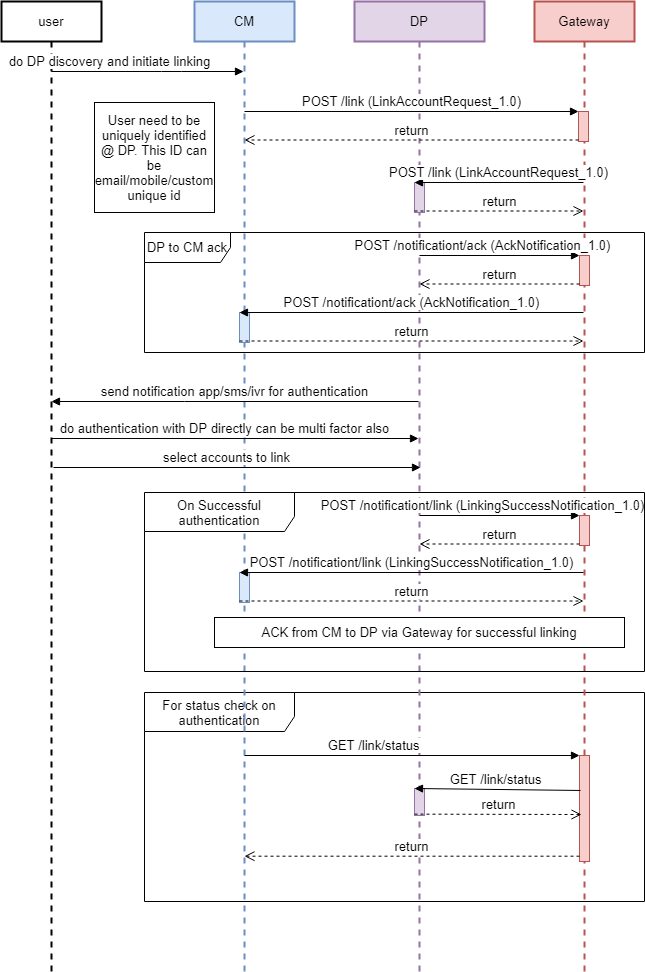
iSPIRT/DEPA keeps this draw.io diagram as seqDiagram/accountLinking-CMSide.png. Above is the earlier version. Source tidied: cells renumbered, new cells last; positions are measured from the earlier drawing's top-left corner, leaving out a move shared by most shapes.
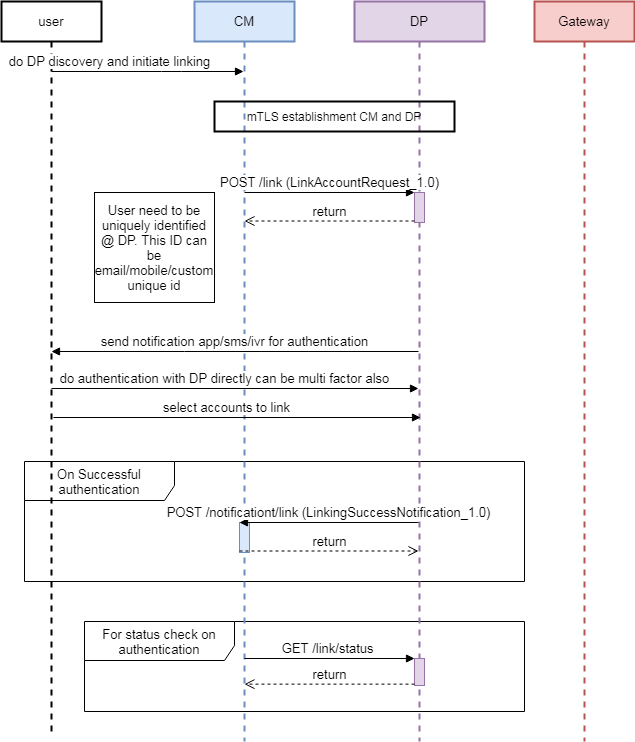
The same diagram one commit later.

Change to the diagram source:
```diff
@@ -3,16 +3,16 @@
     <mxCell id="0" />
     <mxCell id="1" parent="0" />
     <mxCell id="2" value="For status check on authentication" style="shape=umlFrame;whiteSpace=wrap;html=1;width=150;height=39;fontSize=13;" parent="1" vertex="1">
-      <mxGeometry x="143" y="691" width="500" height="209" as="geometry" />
+      <mxGeometry x="83" y="620" width="440" height="90" as="geometry" />
     </mxCell>
-    <mxCell id="3" value="DP to CM ack" style="shape=umlFrame;whiteSpace=wrap;html=1;width=86;height=30;fontSize=13;" parent="1" vertex="1">
-      <mxGeometry x="143" y="231" width="500" height="120" as="geometry" />
-    </mxCell>
+    <mxCell id="25" value="On Successful authentication" style="shape=umlFrame;whiteSpace=wrap;html=1;width=150;height=39;fontSize=13;" parent="1" vertex="1">
+      <mxGeometry x="23" y="460" width="500" height="120" as="geometry" />
+    </mxCell>
     <mxCell id="4" value="user" style="shape=umlLifeline;perimeter=lifelinePerimeter;whiteSpace=wrap;html=1;outlineConnect=0;strokeWidth=2;fontSize=13;" parent="1" vertex="1">
-      <mxGeometry width="100" height="970" as="geometry" />
+      <mxGeometry width="100" height="730" as="geometry" />
     </mxCell>
     <mxCell id="5" value="CM" style="shape=umlLifeline;perimeter=lifelinePerimeter;whiteSpace=wrap;html=1;outlineConnect=0;fillColor=#dae8fc;strokeColor=#6c8ebf;strokeWidth=2;fontSize=13;" parent="1" vertex="1">
-      <mxGeometry x="193" width="100" height="970" as="geometry" />
+      <mxGeometry x="193" width="100" height="740" as="geometry" />
     </mxCell>
     <mxCell id="6" value="do DP discovery and initiate linking" style="html=1;verticalAlign=bottom;endArrow=block;fontSize=13;" parent="1" edge="1" source="4" target="5">
       <mxGeometry x="-0.4" relative="1" as="geometry">
@@ -22,138 +22,88 @@
       </mxGeometry>
     </mxCell>
     <mxCell id="7" value="DP" style="shape=umlLifeline;perimeter=lifelinePerimeter;whiteSpace=wrap;html=1;outlineConnect=0;fillColor=#e1d5e7;strokeColor=#9673a6;strokeWidth=2;fontSize=13;" parent="1" vertex="1">
-      <mxGeometry x="353" width="130" height="970" as="geometry" />
+      <mxGeometry x="353" width="130" height="740" as="geometry" />
     </mxCell>
     <mxCell id="8" value="Gateway" style="shape=umlLifeline;perimeter=lifelinePerimeter;whiteSpace=wrap;html=1;outlineConnect=0;fillColor=#f8cecc;strokeColor=#b85450;strokeWidth=2;fontSize=13;" parent="1" vertex="1">
-      <mxGeometry x="533" width="100" height="970" as="geometry" />
+      <mxGeometry x="533" width="100" height="740" as="geometry" />
     </mxCell>
-    <mxCell id="9" value="send notification app/sms/ivr for authentication" style="html=1;verticalAlign=bottom;endArrow=block;rounded=0;fontSize=13;" parent="1" edge="1" source="7" target="4">
+    <mxCell id="9" value="send notification app/sms/ivr for authentication" style="html=1;verticalAlign=bottom;endArrow=block;rounded=0;fontSize=13;" parent="1" edge="1">
       <mxGeometry relative="1" as="geometry">
+        <mxPoint x="417" y="350" as="sourcePoint" />
+        <mxPoint x="50" y="350" as="targetPoint" />
         <Array as="points">
-          <mxPoint x="183" y="400" />
+          <mxPoint x="183" y="350" />
         </Array>
       </mxGeometry>
     </mxCell>
     <mxCell id="10" value="do authentication with DP directly can be multi factor also" style="html=1;verticalAlign=bottom;endArrow=block;rounded=0;fontSize=13;" parent="1" edge="1">
       <mxGeometry x="-0.06" relative="1" as="geometry">
-        <mxPoint x="50" y="437" as="sourcePoint" />
-        <mxPoint x="417" y="437" as="targetPoint" />
+        <mxPoint x="50" y="387" as="sourcePoint" />
+        <mxPoint x="417" y="387" as="targetPoint" />
         <Array as="points">
-          <mxPoint x="247.5" y="437" />
+          <mxPoint x="247.5" y="387" />
         </Array>
       </mxGeometry>
     </mxCell>
     <mxCell id="11" value="User need to be uniquely identified @ DP. This ID can be email/mobile/custom unique id" style="text;html=1;fillColor=none;align=center;verticalAlign=middle;whiteSpace=wrap;rounded=0;fontSize=13;strokeColor=#000000;" parent="1" vertex="1">
-      <mxGeometry x="93" y="101" width="120" height="110" as="geometry" />
+      <mxGeometry x="93" y="191" width="120" height="110" as="geometry" />
     </mxCell>
-    <mxCell id="12" style="edgeStyle=none;rounded=0;orthogonalLoop=1;jettySize=auto;html=1;exitX=0.5;exitY=1;exitDx=0;exitDy=0;fontSize=13;" parent="1" edge="1">
-      <mxGeometry relative="1" as="geometry">
-        <mxPoint x="503" y="540" as="sourcePoint" />
-        <mxPoint x="503" y="540" as="targetPoint" />
-      </mxGeometry>
-    </mxCell>
     <mxCell id="13" style="html=1;points=[];perimeter=orthogonalPerimeter;fillColor=#e1d5e7;strokeColor=#9673a6;fontSize=13;" parent="1" vertex="1">
-      <mxGeometry x="413" y="181" width="10" height="30" as="geometry" />
+      <mxGeometry x="413" y="191" width="10" height="30" as="geometry" />
     </mxCell>
-    <mxCell id="14" style="html=1;points=[];perimeter=orthogonalPerimeter;fillColor=#f8cecc;strokeColor=#b85450;fontSize=13;" parent="1" vertex="1">
-      <mxGeometry x="577" y="110" width="10" height="30" as="geometry" />
-    </mxCell>
-    <mxCell id="15" style="html=1;points=[];perimeter=orthogonalPerimeter;fillColor=#f8cecc;strokeColor=#b85450;fontSize=13;" parent="1" vertex="1">
-      <mxGeometry x="578" y="254" width="10" height="30" as="geometry" />
-    </mxCell>
-    <mxCell id="16" style="html=1;points=[];perimeter=orthogonalPerimeter;fillColor=#dae8fc;strokeColor=#6c8ebf;fontSize=13;" parent="1" vertex="1">
-      <mxGeometry x="238" y="311" width="10" height="30" as="geometry" />
-    </mxCell>
-    <mxCell id="17" value="&lt;span style=&quot;font-size: 13px&quot;&gt;POST /link (LinkAccountRequest_1.0)&lt;/span&gt;" style="html=1;verticalAlign=bottom;endArrow=block;entryX=0;entryY=0;fontSize=13;" parent="1" edge="1" source="5" target="14">
-      <mxGeometry relative="1" as="geometry" />
-    </mxCell>
-    <mxCell id="18" value="return" style="html=1;verticalAlign=bottom;endArrow=open;dashed=1;endSize=8;exitX=0;exitY=0.95;fontSize=13;" parent="1" edge="1" source="14" target="5">
-      <mxGeometry relative="1" as="geometry" />
-    </mxCell>
-    <mxCell id="19" value="POST /link (LinkAccountRequest_1.0)&lt;span style=&quot;font-size: 13px&quot;&gt;&lt;br style=&quot;font-size: 13px&quot;&gt;&lt;/span&gt;" style="html=1;verticalAlign=bottom;endArrow=block;entryX=0;entryY=0;fontSize=13;" parent="1" edge="1" source="8" target="13">
-      <mxGeometry relative="1" as="geometry" />
+    <mxCell id="19" value="POST /link (LinkAccountRequest_1.0)&lt;span style=&quot;font-size: 13px&quot;&gt;&lt;br style=&quot;font-size: 13px&quot;&gt;&lt;/span&gt;" style="html=1;verticalAlign=bottom;endArrow=block;entryX=0;entryY=0;fontSize=13;" parent="1" edge="1" target="13">
+      <mxGeometry relative="1" as="geometry">
+        <mxPoint x="243" y="191" as="sourcePoint" />
+      </mxGeometry>
     </mxCell>
-    <mxCell id="20" value="return" style="html=1;verticalAlign=bottom;endArrow=open;dashed=1;endSize=8;exitX=0;exitY=0.95;fontSize=13;" parent="1" edge="1" source="13" target="8">
-      <mxGeometry relative="1" as="geometry" />
+    <mxCell id="20" value="return" style="html=1;verticalAlign=bottom;endArrow=open;dashed=1;endSize=8;exitX=0;exitY=0.95;fontSize=13;" parent="1" edge="1" source="13">
+      <mxGeometry relative="1" as="geometry">
+        <mxPoint x="243" y="219.5" as="targetPoint" />
+      </mxGeometry>
     </mxCell>
-    <mxCell id="21" value="&lt;span style=&quot;font-size: 13px;&quot;&gt;POST /notificationt/ack (AckNotification_1.0)&lt;/span&gt;" style="html=1;verticalAlign=bottom;endArrow=block;entryX=0;entryY=0;fontSize=13;" parent="1" edge="1" source="8" target="16">
-      <mxGeometry relative="1" as="geometry" />
-    </mxCell>
-    <mxCell id="22" value="return" style="html=1;verticalAlign=bottom;endArrow=open;dashed=1;endSize=8;exitX=0;exitY=0.95;fontSize=13;" parent="1" edge="1" source="16" target="8">
-      <mxGeometry relative="1" as="geometry" />
-    </mxCell>
-    <mxCell id="23" value="&lt;span style=&quot;font-size: 13px;&quot;&gt;POST /notificationt/ack (AckNotification_1.0)&lt;/span&gt;" style="html=1;verticalAlign=bottom;endArrow=block;entryX=0;entryY=0;fontSize=13;" parent="1" edge="1" source="7" target="15">
-      <mxGeometry x="-0.22" relative="1" as="geometry" />
-    </mxCell>
-    <mxCell id="24" value="return" style="html=1;verticalAlign=bottom;endArrow=open;dashed=1;endSize=8;exitX=0;exitY=0.95;fontSize=13;" parent="1" edge="1" source="15" target="7">
-      <mxGeometry relative="1" as="geometry" />
-    </mxCell>
-    <mxCell id="25" value="On Successful authentication" style="shape=umlFrame;whiteSpace=wrap;html=1;width=150;height=39;fontSize=13;" parent="1" vertex="1">
-      <mxGeometry x="143" y="491" width="500" height="179" as="geometry" />
-    </mxCell>
-    <mxCell id="26" style="html=1;points=[];perimeter=orthogonalPerimeter;fillColor=#f8cecc;strokeColor=#b85450;fontSize=13;" parent="1" vertex="1">
-      <mxGeometry x="578" y="514" width="10" height="30" as="geometry" />
-    </mxCell>
     <mxCell id="27" style="html=1;points=[];perimeter=orthogonalPerimeter;fillColor=#dae8fc;strokeColor=#6c8ebf;fontSize=13;" parent="1" vertex="1">
-      <mxGeometry x="238" y="571" width="10" height="30" as="geometry" />
+      <mxGeometry x="238" y="521" width="10" height="30" as="geometry" />
     </mxCell>
     <mxCell id="28" value="&lt;span style=&quot;font-size: 13px&quot;&gt;POST /notificationt/link (LinkingSuccessNotification_1.0)&lt;/span&gt;" style="html=1;verticalAlign=bottom;endArrow=block;entryX=0;entryY=0;fontSize=13;" parent="1" edge="1" target="27">
       <mxGeometry relative="1" as="geometry">
-        <mxPoint x="582" y="571" as="sourcePoint" />
+        <mxPoint x="417" y="521" as="sourcePoint" />
       </mxGeometry>
     </mxCell>
     <mxCell id="29" value="return" style="html=1;verticalAlign=bottom;endArrow=open;dashed=1;endSize=8;exitX=0;exitY=0.95;fontSize=13;" parent="1" edge="1" source="27">
       <mxGeometry relative="1" as="geometry">
-        <mxPoint x="582" y="599.5" as="targetPoint" />
+        <mxPoint x="417" y="549.5" as="targetPoint" />
       </mxGeometry>
     </mxCell>
-    <mxCell id="30" value="&lt;span style=&quot;font-size: 13px&quot;&gt;POST /notificationt/link (LinkingSuccessNotification_1.0)&lt;/span&gt;" style="html=1;verticalAlign=bottom;endArrow=block;entryX=0;entryY=0;fontSize=13;" parent="1" edge="1" target="26">
-      <mxGeometry x="-0.22" relative="1" as="geometry">
-        <mxPoint x="418" y="514" as="sourcePoint" />
-      </mxGeometry>
-    </mxCell>
-    <mxCell id="31" value="return" style="html=1;verticalAlign=bottom;endArrow=open;dashed=1;endSize=8;exitX=0;exitY=0.95;fontSize=13;" parent="1" edge="1" source="26">
-      <mxGeometry relative="1" as="geometry">
-        <mxPoint x="418" y="542.5" as="targetPoint" />
-      </mxGeometry>
-    </mxCell>
-    <mxCell id="32" value="ACK from CM to DP via Gateway for successful linking" style="rounded=0;whiteSpace=wrap;html=1;fontSize=13;strokeColor=#000000;" parent="1" vertex="1">
-      <mxGeometry x="213" y="616" width="410" height="30" as="geometry" />
-    </mxCell>
     <mxCell id="33" style="edgeStyle=none;rounded=0;orthogonalLoop=1;jettySize=auto;html=1;exitX=0.5;exitY=1;exitDx=0;exitDy=0;fontSize=13;" parent="1" edge="1">
       <mxGeometry relative="1" as="geometry">
-        <mxPoint x="503" y="780" as="sourcePoint" />
-        <mxPoint x="503" y="780" as="targetPoint" />
+        <mxPoint x="503" y="650" as="sourcePoint" />
+        <mxPoint x="503" y="650" as="targetPoint" />
       </mxGeometry>
     </mxCell>
-    <mxCell id="34" style="html=1;points=[];perimeter=orthogonalPerimeter;fillColor=#f8cecc;strokeColor=#b85450;fontSize=13;" parent="1" vertex="1">
-      <mxGeometry x="578" y="754" width="10" height="106" as="geometry" />
-    </mxCell>
     <mxCell id="35" style="html=1;points=[];perimeter=orthogonalPerimeter;fillColor=#e1d5e7;strokeColor=#9673a6;fontSize=13;" parent="1" vertex="1">
-      <mxGeometry x="413" y="787" width="10" height="27" as="geometry" />
+      <mxGeometry x="413" y="657" width="10" height="27" as="geometry" />
     </mxCell>
-    <mxCell id="36" value="GET /link/status&amp;nbsp;" style="html=1;verticalAlign=bottom;endArrow=block;entryX=0;entryY=0;fontSize=13;exitX=0.1;exitY=0.33;exitDx=0;exitDy=0;exitPerimeter=0;" parent="1" edge="1" source="34" target="35">
-      <mxGeometry relative="1" as="geometry" />
+    <mxCell id="36" value="GET /link/status&amp;nbsp;" style="html=1;verticalAlign=bottom;endArrow=block;entryX=0;entryY=0;fontSize=13;" parent="1" edge="1" target="35">
+      <mxGeometry relative="1" as="geometry">
+        <mxPoint x="243" y="657" as="sourcePoint" />
+      </mxGeometry>
     </mxCell>
     <mxCell id="37" value="return" style="html=1;verticalAlign=bottom;endArrow=open;dashed=1;endSize=8;exitX=0;exitY=0.95;fontSize=13;" parent="1" edge="1" source="35">
       <mxGeometry relative="1" as="geometry">
-        <mxPoint x="580" y="813" as="targetPoint" />
+        <mxPoint x="243" y="682.7" as="targetPoint" />
       </mxGeometry>
     </mxCell>
-    <mxCell id="38" value="&lt;span style=&quot;font-size: 13px&quot;&gt;GET /link/status&amp;nbsp;&lt;/span&gt;" style="html=1;verticalAlign=bottom;endArrow=block;entryX=0;entryY=0;fontSize=13;" parent="1" edge="1" source="5" target="34">
-      <mxGeometry x="-0.22" relative="1" as="geometry" />
-    </mxCell>
-    <mxCell id="39" value="return" style="html=1;verticalAlign=bottom;endArrow=open;dashed=1;endSize=8;exitX=0;exitY=0.95;fontSize=13;" parent="1" edge="1" source="34" target="5">
-      <mxGeometry relative="1" as="geometry" />
-    </mxCell>
     <mxCell id="40" value="select accounts to link" style="html=1;verticalAlign=bottom;endArrow=block;rounded=0;fontSize=13;" parent="1" edge="1">
       <mxGeometry x="-0.06" relative="1" as="geometry">
-        <mxPoint x="52" y="466" as="sourcePoint" />
-        <mxPoint x="419" y="466" as="targetPoint" />
+        <mxPoint x="52" y="416" as="sourcePoint" />
+        <mxPoint x="419" y="416" as="targetPoint" />
         <Array as="points">
-          <mxPoint x="249.5" y="466" />
+          <mxPoint x="249.5" y="416" />
         </Array>
       </mxGeometry>
     </mxCell>
+    <mxCell id="41" value="mTLS establishment CM and DP" style="text;html=1;fillColor=none;align=center;verticalAlign=middle;whiteSpace=wrap;rounded=0;fontSize=12;strokeWidth=2;strokeColor=#000000;" parent="1" vertex="1">
+      <mxGeometry x="213" y="100" width="240" height="30" as="geometry" />
+    </mxCell>
   </root>
 </mxGraphModel>
```
